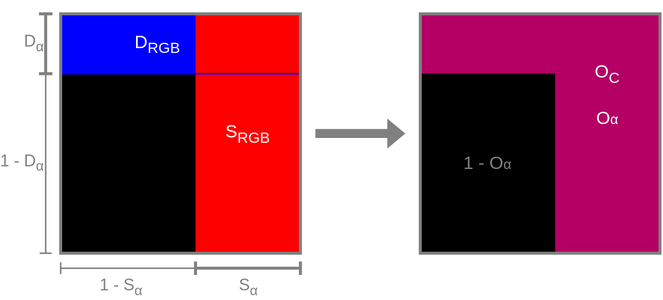
The draw.io diagram wiki/blendover.svg in YoanWithY/kayo, before a commit. Source tidied: cells renumbered, new cells last; positions are measured from the earlier drawing's top-left corner, leaving out a move shared by most shapes.
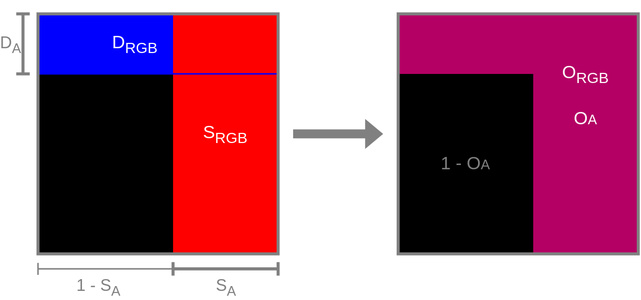
After the change.

What changed in the source:
```diff
@@ -11,7 +11,7 @@
         <mxPoint as="targetPoint" />
       </mxGeometry>
     </mxCell>
-    <mxCell id="4" value="D&lt;sub&gt;α&lt;/sub&gt;" style="edgeLabel;html=1;align=right;verticalAlign=middle;labelBackgroundColor=none;fontColor=#808080;spacing=2;" parent="3" vertex="1">
+    <mxCell id="4" value="D&lt;sub&gt;A&lt;/sub&gt;" style="edgeLabel;html=1;align=right;verticalAlign=middle;labelBackgroundColor=none;fontColor=#808080;spacing=2;" parent="3" vertex="1">
       <mxGeometry x="-0.26" y="-1" relative="1" as="geometry">
         <mxPoint x="-1" y="-5" as="offset" />
       </mxGeometry>
@@ -28,7 +28,7 @@
         <mxPoint x="100" y="170" as="targetPoint" />
       </mxGeometry>
     </mxCell>
-    <mxCell id="8" value="S&lt;sub&gt;α&lt;/sub&gt;" style="edgeLabel;html=1;align=center;verticalAlign=top;labelBackgroundColor=none;fontColor=#808080;spacing=0;" parent="7" vertex="1">
+    <mxCell id="8" value="S&lt;sub&gt;A&lt;/sub&gt;" style="edgeLabel;html=1;align=center;verticalAlign=top;labelBackgroundColor=none;fontColor=#808080;spacing=0;" parent="7" vertex="1">
       <mxGeometry x="-0.26" y="-1" relative="1" as="geometry">
         <mxPoint x="-9" y="1" as="offset" />
       </mxGeometry>
@@ -48,35 +48,24 @@
     <mxCell id="13" style="endArrow=none;html=1;jumpSize=6;startFill=0;endFill=0;anchorPointDirection=0;orthogonal=0;entryX=1;entryY=1;entryDx=0;entryDy=0;exitX=0;exitY=0.25;exitDx=0;exitDy=0;rounded=0;strokeColor=#0000FF;startArrow=none;" parent="1" edge="1" source="21" target="5">
       <mxGeometry relative="1" as="geometry" />
     </mxCell>
-    <mxCell id="14" value="O&lt;sub&gt;C&lt;/sub&gt;" style="text;html=1;strokeColor=none;fillColor=none;align=center;verticalAlign=middle;whiteSpace=wrap;rounded=0;glass=0;labelBackgroundColor=none;fillStyle=auto;strokeWidth=1;fontColor=#FFFFFF;fontFamily=Helvetica;" parent="1" vertex="1">
+    <mxCell id="14" value="O&lt;sub&gt;RGB&lt;/sub&gt;" style="text;html=1;strokeColor=none;fillColor=none;align=center;verticalAlign=middle;whiteSpace=wrap;rounded=0;glass=0;labelBackgroundColor=none;fillStyle=auto;strokeWidth=1;fontColor=#FFFFFF;fontFamily=Helvetica;" parent="1" vertex="1">
       <mxGeometry x="340" y="30" width="70" height="20" as="geometry" />
     </mxCell>
-    <mxCell id="15" value="O&lt;span style=&quot;font-size: 9.16667px; text-align: left;&quot;&gt;α&lt;/span&gt;" style="text;html=1;strokeColor=none;fillColor=none;align=center;verticalAlign=middle;whiteSpace=wrap;rounded=0;glass=0;labelBackgroundColor=none;fillStyle=auto;strokeWidth=1;fontColor=#FFFFFF;fontFamily=Helvetica;" parent="1" vertex="1">
+    <mxCell id="15" value="O&lt;span style=&quot;font-size: 9.16667px; text-align: left;&quot;&gt;A&lt;/span&gt;" style="text;html=1;strokeColor=none;fillColor=none;align=center;verticalAlign=middle;whiteSpace=wrap;rounded=0;glass=0;labelBackgroundColor=none;fillStyle=auto;strokeWidth=1;fontColor=#FFFFFF;fontFamily=Helvetica;" parent="1" vertex="1">
       <mxGeometry x="340" y="60" width="70" height="20" as="geometry" />
     </mxCell>
-    <mxCell id="16" style="endArrow=baseDash;html=1;startArrow=baseDash;startFill=0;endFill=0;jumpSize=6;strokeColor=#808080;" parent="1" edge="1">
-      <mxGeometry relative="1" as="geometry">
-        <mxPoint y="160" as="sourcePoint" />
-        <mxPoint y="40" as="targetPoint" />
-      </mxGeometry>
-    </mxCell>
-    <mxCell id="17" value="1 - D&lt;sub&gt;α&lt;/sub&gt;" style="edgeLabel;html=1;align=right;verticalAlign=middle;labelBackgroundColor=none;fontColor=#808080;spacing=2;" parent="16" vertex="1">
-      <mxGeometry x="-0.26" y="-1" relative="1" as="geometry">
-        <mxPoint x="-1" y="-16" as="offset" />
-      </mxGeometry>
-    </mxCell>
     <mxCell id="18" style="endArrow=baseDash;html=1;startArrow=baseDash;startFill=0;endFill=0;jumpSize=6;strokeColor=#808080;strokeWidth=1;" parent="1" edge="1">
       <mxGeometry relative="1" as="geometry">
         <mxPoint x="100" y="170" as="sourcePoint" />
         <mxPoint x="10" y="170" as="targetPoint" />
       </mxGeometry>
     </mxCell>
-    <mxCell id="19" value="1 - S&lt;sub&gt;α&lt;/sub&gt;" style="edgeLabel;html=1;align=center;verticalAlign=top;labelBackgroundColor=none;fontColor=#808080;spacing=0;" parent="18" vertex="1">
+    <mxCell id="19" value="1 - S&lt;sub&gt;A&lt;/sub&gt;" style="edgeLabel;html=1;align=center;verticalAlign=top;labelBackgroundColor=none;fontColor=#808080;spacing=0;" parent="18" vertex="1">
       <mxGeometry x="-0.26" y="-1" relative="1" as="geometry">
         <mxPoint x="-17" y="1" as="offset" />
       </mxGeometry>
     </mxCell>
-    <mxCell id="20" value="1 - O&lt;span style=&quot;font-size: 9.16667px; text-align: left;&quot;&gt;α&lt;/span&gt;" style="text;html=1;strokeColor=none;fillColor=none;align=center;verticalAlign=middle;whiteSpace=wrap;rounded=0;glass=0;labelBackgroundColor=none;fillStyle=auto;strokeWidth=1;fontColor=#808080;fontFamily=Helvetica;" parent="1" vertex="1">
+    <mxCell id="20" value="1 - O&lt;span style=&quot;font-size: 9.16667px; text-align: left;&quot;&gt;A&lt;/span&gt;" style="text;html=1;strokeColor=none;fillColor=none;align=center;verticalAlign=middle;whiteSpace=wrap;rounded=0;glass=0;labelBackgroundColor=none;fillStyle=auto;strokeWidth=1;fontColor=#808080;fontFamily=Helvetica;" parent="1" vertex="1">
       <mxGeometry x="260" y="90" width="70" height="20" as="geometry" />
     </mxCell>
     <mxCell id="21" style="rounded=0;whiteSpace=wrap;html=1;fillColor=none;strokeColor=#808080;strokeWidth=2;perimeterSpacing=0;glass=0;" parent="1" vertex="1">
```
